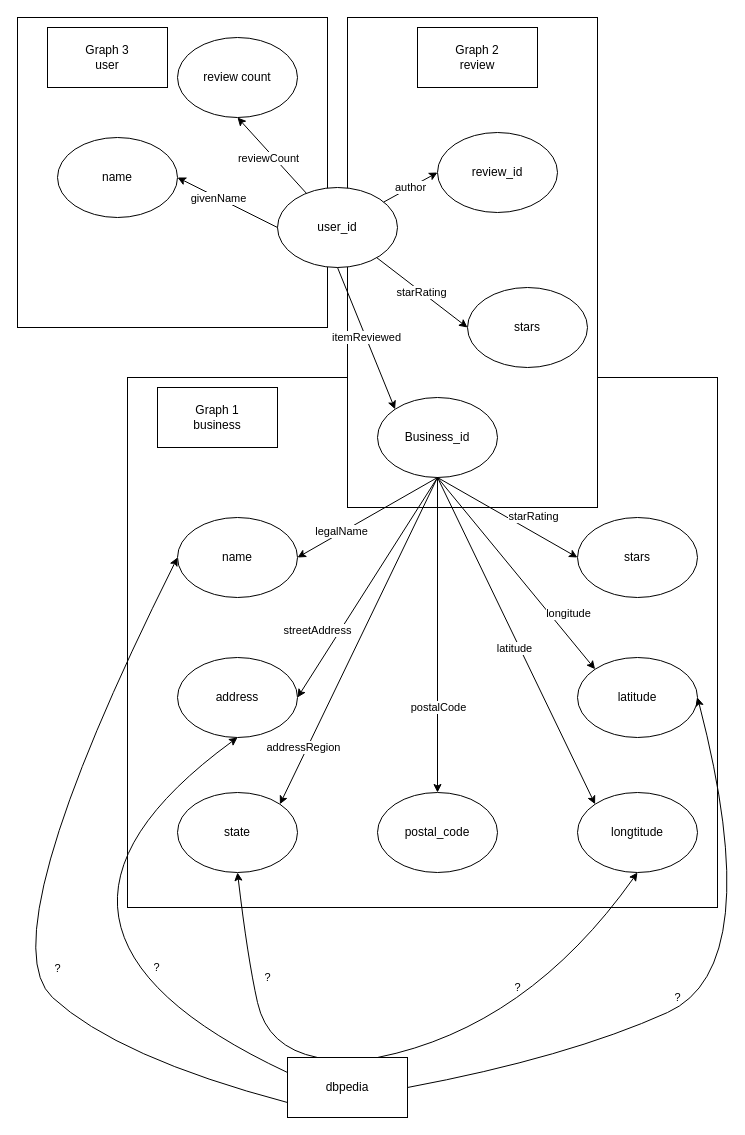
AAU-WebDataScience/F22-DV4-03 keeps this draw.io diagram as schema mapping/first version.drawio. Above is the earlier version. Source tidied: cells renumbered, new cells numbered last; positions are measured from the earlier drawing's top-left corner, leaving out a move shared by most shapes. Both pictures are drawn from the tidied source at 100%, with x=0, y=0 at pixel (-23, 17).
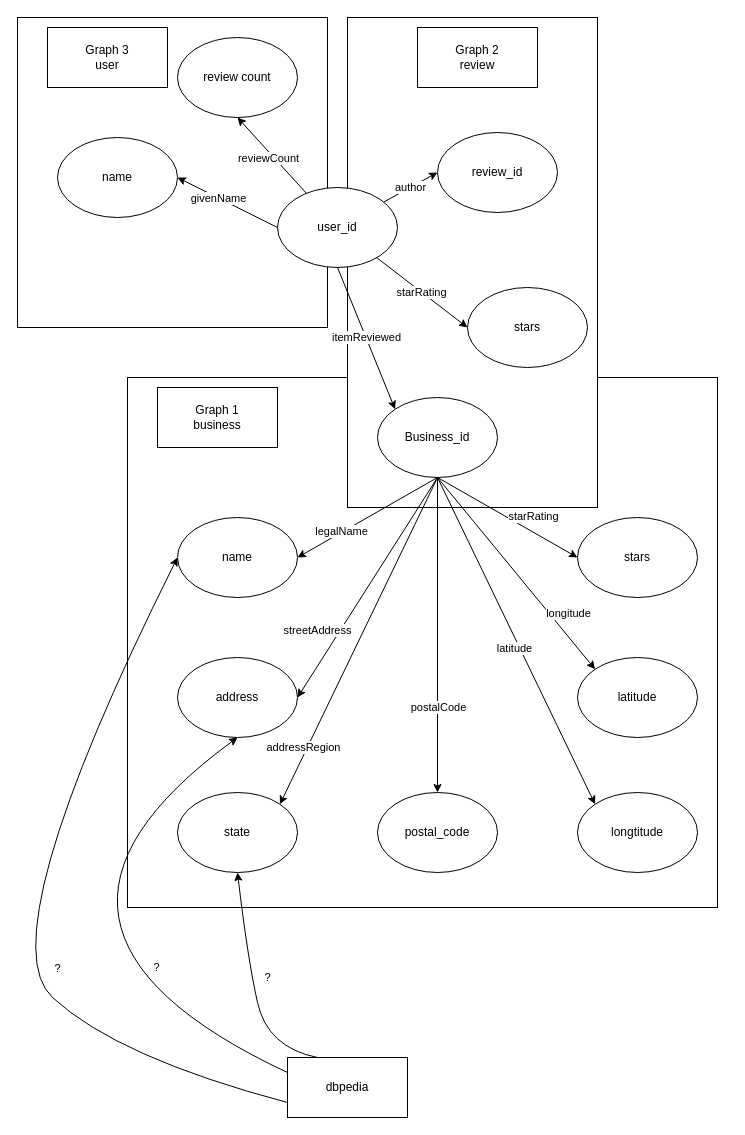
The same diagram, later.

Unchanged cells that the change refers to:
```xml
<mxCell id="12" value="longtitude" style="ellipse;whiteSpace=wrap;html=1;" parent="1" vertex="1">
  <mxGeometry x="600" y="775" width="120" height="80" as="geometry" />
</mxCell>
<mxCell id="13" value="latitude" style="ellipse;whiteSpace=wrap;html=1;" parent="1" vertex="1">
  <mxGeometry x="600" y="640" width="120" height="80" as="geometry" />
</mxCell>
<mxCell id="38" value="dbpedia" style="rounded=0;whiteSpace=wrap;html=1;" parent="1" vertex="1">
  <mxGeometry x="310" y="1040" width="120" height="60" as="geometry" />
</mxCell>
```

Diff of the diagram source:
```diff
@@
-    <mxCell id="42" value="?" style="curved=1;endArrow=classic;html=1;rounded=0;exitX=0.75;exitY=0;exitDx=0;exitDy=0;entryX=0.5;entryY=1;entryDx=0;entryDy=0;" parent="1" edge="1" source="38" target="12">
-      <mxGeometry x="0.05" y="31" relative="1" as="geometry">
-        <Array as="points">
-          <mxPoint x="550" y="1010" />
-        </Array>
-      </mxGeometry>
-    </mxCell>
-    <mxCell id="43" value="?" style="curved=1;endArrow=classic;html=1;rounded=0;entryX=1;entryY=0.5;entryDx=0;entryDy=0;exitX=1;exitY=0.5;exitDx=0;exitDy=0;" parent="1" edge="1" source="38" target="13">
-      <mxGeometry x="-0.13" y="10" relative="1" as="geometry">
-        <Array as="points">
-          <mxPoint x="590" y="1040" />
-          <mxPoint x="790" y="950" />
-        </Array>
-        <mxPoint y="1" as="offset" />
-      </mxGeometry>
-    </mxCell>
```
